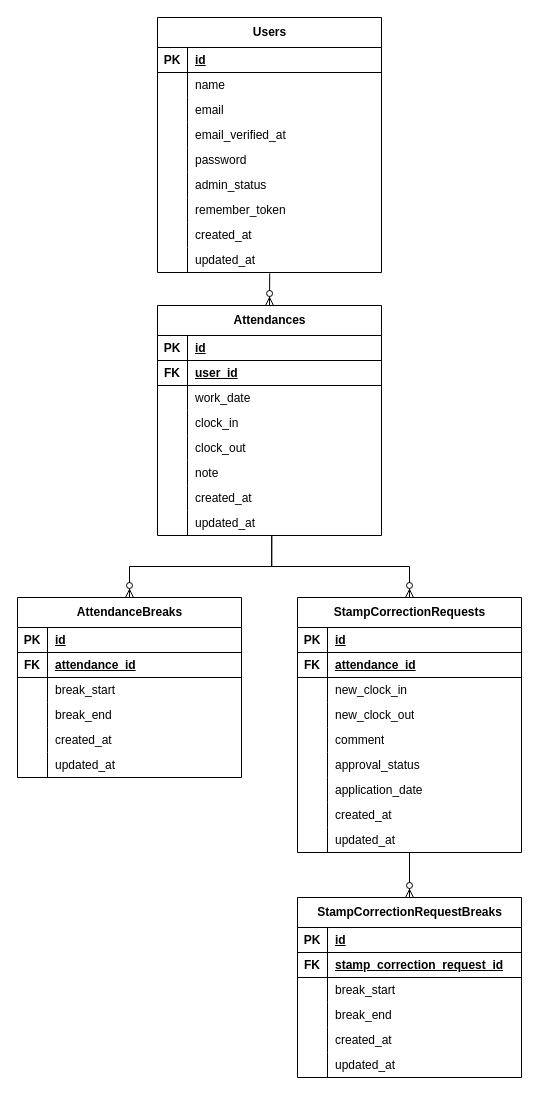
This is er.drawio from kuboyuina0601/attendance-app, a draw.io file, before an edit. Source tidied: cells renumbered, new cells numbered last; positions are measured from the earlier drawing's top-left corner, leaving out a move shared by most shapes. Both pictures are drawn from the tidied source at 100%, with x=0, y=0 at pixel (17, 17).
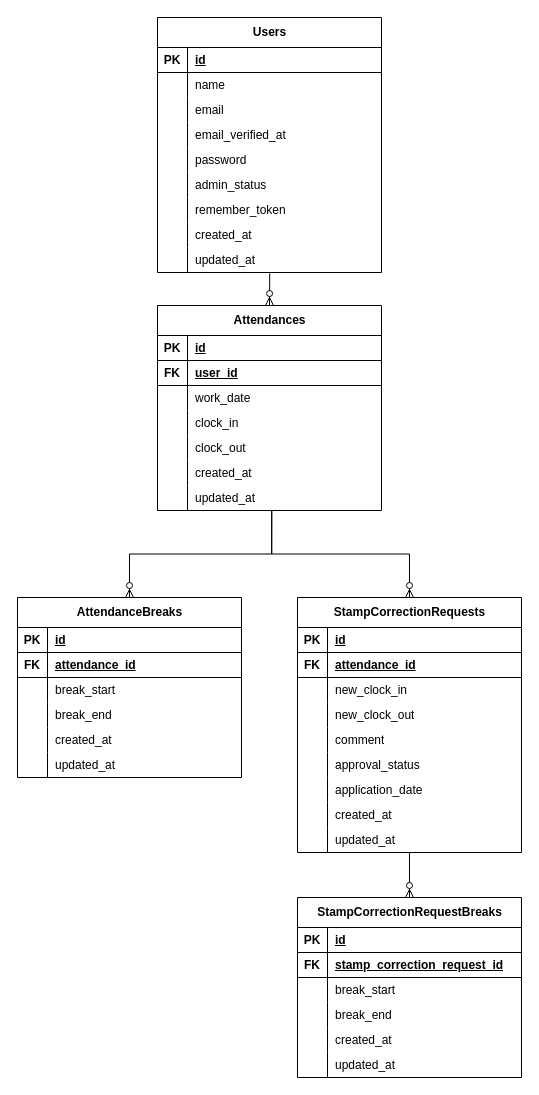
The same page after the edit.

Commit message (it also covers changes not shown here):
delete note by attendancestable

The edit, as a diff of the source:
```diff
@@
     <mxCell id="30" value="Attendances" style="shape=table;startSize=30;childLayout=tableLayout;rowLines=0;fontStyle=1;align=center;html=1;" parent="1" vertex="1">
-      <mxGeometry x="140" y="288" width="224" height="230" as="geometry" />
+      <mxGeometry x="140" y="288" width="224" height="205" as="geometry" />
     </mxCell>
@@
-    <mxCell id="46" style="shape=tableRow;horizontal=0;startSize=0;swimlaneHead=0;swimlaneBody=0;fillColor=none;top=0;left=0;right=0;bottom=0;" parent="30" vertex="1">
-      <mxGeometry y="155" width="224" height="25" as="geometry" />
-    </mxCell>
-    <mxCell id="47" style="shape=partialRectangle;fillColor=none;top=0;left=0;bottom=0;right=0;overflow=hidden;whiteSpace=wrap;html=1;" parent="46" vertex="1">
-      <mxGeometry width="30" height="25" as="geometry" />
-    </mxCell>
-    <mxCell id="48" value="note" style="shape=partialRectangle;fillColor=none;top=0;left=0;bottom=0;right=0;align=left;spacingLeft=6;overflow=hidden;whiteSpace=wrap;html=1;" parent="46" vertex="1">
-      <mxGeometry x="30" width="194" height="25" as="geometry" />
-    </mxCell>
     <mxCell id="49" style="shape=tableRow;horizontal=0;startSize=0;swimlaneHead=0;swimlaneBody=0;fillColor=none;top=0;left=0;right=0;bottom=0;" parent="30" vertex="1">
-      <mxGeometry y="180" width="224" height="25" as="geometry" />
+      <mxGeometry y="155" width="224" height="25" as="geometry" />
     </mxCell>
@@
     <mxCell id="52" style="shape=tableRow;horizontal=0;startSize=0;swimlaneHead=0;swimlaneBody=0;fillColor=none;points=[[0,0.5],[1,0.5]];portConstraint=eastwest;top=0;left=0;right=0;bottom=0;" parent="30" vertex="1">
-      <mxGeometry y="205" width="224" height="25" as="geometry" />
+      <mxGeometry y="180" width="224" height="25" as="geometry" />
     </mxCell>
```
